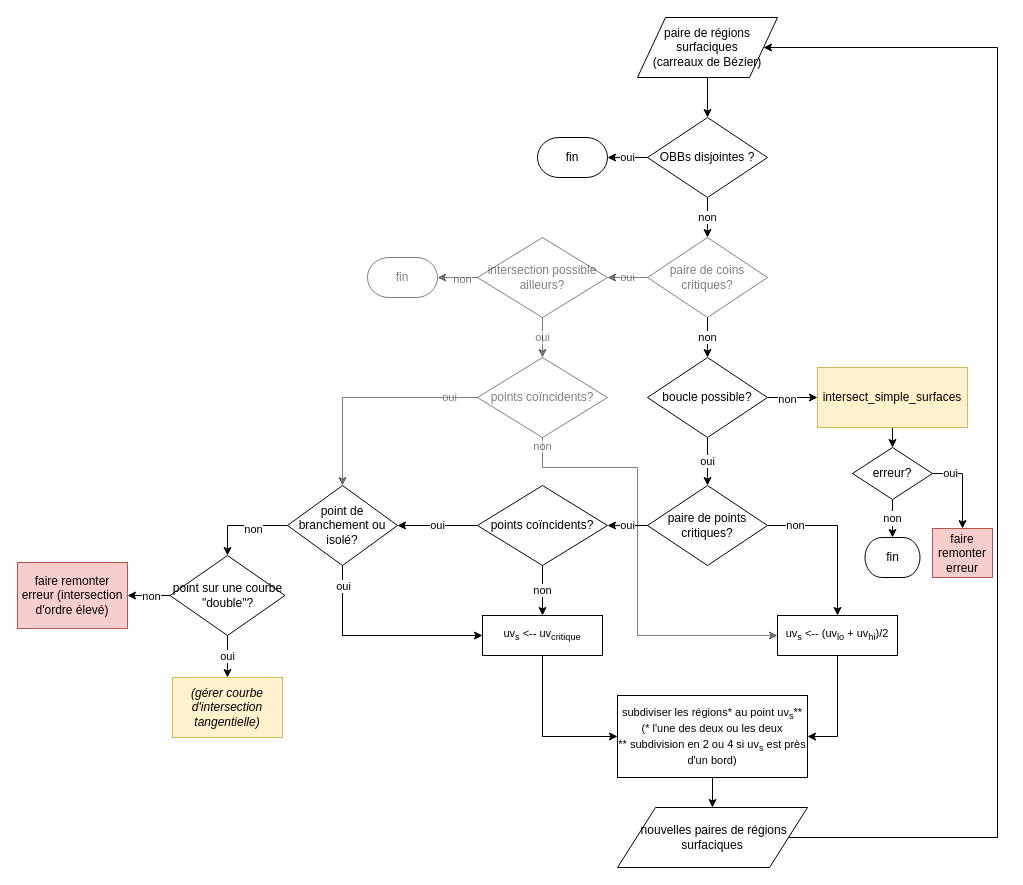
Before: page "intersect_surface_pair" (5 of 8) of mindmap.drawio in BastienAndrieu/These, a draw.io diagram. Source tidied: cells renumbered, new cells numbered last; positions are measured from the earlier drawing's top-left corner, leaving out a move shared by most shapes. Both pictures are drawn from the tidied source at 100%, with x=0, y=0 at pixel (17, 17).
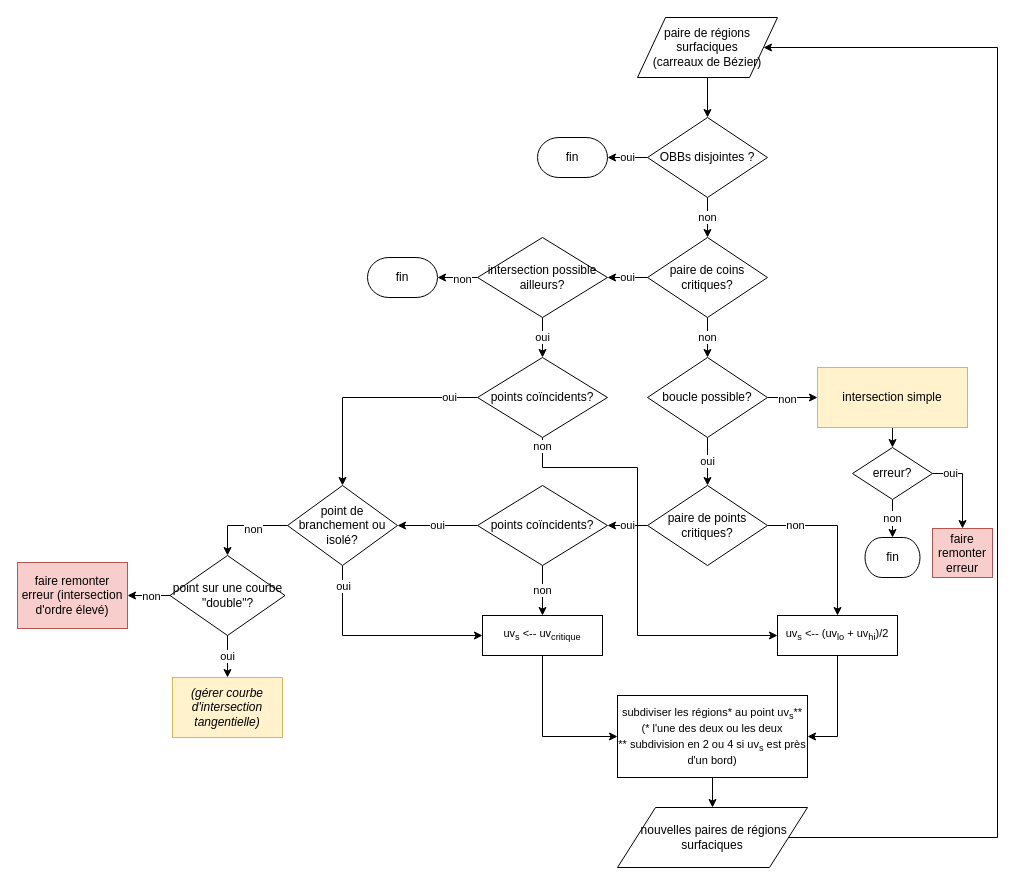
The same page after the edit.

Unchanged cells that the change refers to:
```xml
<mxCell id="24" value="uv&lt;sub&gt;s&lt;/sub&gt; &amp;lt;-- (uv&lt;sub&gt;lo&lt;/sub&gt; + uv&lt;sub&gt;hi&lt;/sub&gt;)/2" style="rounded=0;whiteSpace=wrap;html=1;strokeWidth=1;fontSize=11;align=center;" parent="1" vertex="1">
  <mxGeometry x="760" y="598" width="120" height="40" as="geometry" />
</mxCell>
<mxCell id="44" value="point de branchement ou isolé?" style="rhombus;whiteSpace=wrap;html=1;align=center;" parent="1" vertex="1">
  <mxGeometry x="270" y="468" width="110" height="80" as="geometry" />
</mxCell>
```

Diff of the diagram source:
```diff
@@
-    <mxCell id="8" value="oui" style="rounded=0;jettySize=auto;html=1;entryX=0.5;entryY=0;entryDx=0;entryDy=0;exitX=0.5;exitY=1;exitDx=0;exitDy=0;textOpacity=50;opacity=50;" parent="1" edge="1" source="34" target="38">
+    <mxCell id="8" value="oui" style="rounded=0;jettySize=auto;html=1;entryX=0.5;entryY=0;entryDx=0;entryDy=0;exitX=0.5;exitY=1;exitDx=0;exitDy=0;" parent="1" edge="1" source="34" target="38">
       <mxGeometry relative="1" as="geometry" />
     </mxCell>
@@
-    <mxCell id="10" value="paire de coins critiques?" style="rhombus;whiteSpace=wrap;html=1;align=center;opacity=50;textOpacity=50;" parent="1" vertex="1">
+    <mxCell id="10" value="paire de coins critiques?" style="rhombus;whiteSpace=wrap;html=1;align=center;" parent="1" vertex="1">
       <mxGeometry x="630" y="220" width="120" height="80" as="geometry" />
     </mxCell>
@@
-    <mxCell id="16" value="intersect_simple_surfaces" style="rounded=0;whiteSpace=wrap;html=1;fillColor=#fff2cc;strokeColor=#d6b656;" parent="1" vertex="1">
+    <mxCell id="16" value="intersection simple" style="rounded=0;whiteSpace=wrap;html=1;fillColor=#fff2cc;strokeColor=#d6b656;" parent="1" vertex="1">
       <mxGeometry x="800" y="350" width="150" height="60" as="geometry" />
     </mxCell>
@@
-    <mxCell id="32" style="edgeStyle=none;rounded=0;jettySize=auto;html=1;exitX=0;exitY=0.5;exitDx=0;exitDy=0;entryX=1;entryY=0.5;entryDx=0;entryDy=0;entryPerimeter=0;fontSize=11;textOpacity=50;opacity=50;" parent="1" edge="1" source="34" target="36">
+    <mxCell id="32" style="edgeStyle=none;rounded=0;jettySize=auto;html=1;exitX=0;exitY=0.5;exitDx=0;exitDy=0;entryX=1;entryY=0.5;entryDx=0;entryDy=0;entryPerimeter=0;fontSize=11;" parent="1" edge="1" source="34" target="36">
       <mxGeometry relative="1" as="geometry" />
     </mxCell>
-    <mxCell id="33" value="non" style="text;html=1;align=center;verticalAlign=middle;labelBackgroundColor=#ffffff;fontSize=11;textOpacity=50;" parent="32" vertex="1">
+    <mxCell id="33" value="non" style="text;html=1;align=center;verticalAlign=middle;labelBackgroundColor=#ffffff;fontSize=11;" parent="32" vertex="1">
       <mxGeometry x="-0.2" y="1" relative="1" as="geometry" />
     </mxCell>
-    <mxCell id="34" value="intersection possible ailleurs?" style="rhombus;whiteSpace=wrap;html=1;align=center;textOpacity=50;opacity=50;" parent="1" vertex="1">
+    <mxCell id="34" value="intersection possible ailleurs?" style="rhombus;whiteSpace=wrap;html=1;align=center;" parent="1" vertex="1">
       <mxGeometry x="460" y="220" width="130" height="80" as="geometry" />
     </mxCell>
-    <mxCell id="35" value="oui" style="rounded=0;jettySize=auto;html=1;exitX=0;exitY=0.5;exitDx=0;exitDy=0;entryX=1;entryY=0.5;entryDx=0;entryDy=0;textOpacity=50;opacity=50;" parent="1" edge="1" source="10" target="34">
+    <mxCell id="35" value="oui" style="rounded=0;jettySize=auto;html=1;exitX=0;exitY=0.5;exitDx=0;exitDy=0;entryX=1;entryY=0.5;entryDx=0;entryDy=0;" parent="1" edge="1" source="10" target="34">
       <mxGeometry relative="1" as="geometry" />
     </mxCell>
-    <mxCell id="36" value="fin" style="strokeWidth=1;html=1;shape=mxgraph.flowchart.terminator;whiteSpace=wrap;align=center;textOpacity=50;opacity=50;" parent="1" vertex="1">
+    <mxCell id="36" value="fin" style="strokeWidth=1;html=1;shape=mxgraph.flowchart.terminator;whiteSpace=wrap;align=center;" parent="1" vertex="1">
       <mxGeometry x="350" y="240" width="70" height="40" as="geometry" />
     </mxCell>
-    <mxCell id="37" value="non" style="edgeStyle=orthogonalEdgeStyle;rounded=0;jettySize=auto;html=1;exitX=0.5;exitY=1;exitDx=0;exitDy=0;entryX=0;entryY=0.5;entryDx=0;entryDy=0;fontSize=11;opacity=50;textOpacity=50;" parent="1" edge="1" source="38" target="24">
+    <mxCell id="37" value="non" style="edgeStyle=orthogonalEdgeStyle;rounded=0;jettySize=auto;html=1;exitX=0.5;exitY=1;exitDx=0;exitDy=0;entryX=0;entryY=0.5;entryDx=0;entryDy=0;fontSize=11;" parent="1" edge="1" source="38" target="24">
       <mxGeometry x="-0.96" relative="1" as="geometry">
         <Array as="points">
           <mxPoint x="525" y="450" />
           <mxPoint x="620" y="450" />
           <mxPoint x="620" y="618" />
         </Array>
       </mxGeometry>
     </mxCell>
-    <mxCell id="38" value="points coïncidents?" style="rhombus;whiteSpace=wrap;html=1;align=center;textOpacity=50;opacity=50;" parent="1" vertex="1">
+    <mxCell id="38" value="points coïncidents?" style="rhombus;whiteSpace=wrap;html=1;align=center;" parent="1" vertex="1">
       <mxGeometry x="460" y="340" width="130" height="80" as="geometry" />
     </mxCell>
-    <mxCell id="39" value="oui" style="rounded=0;jettySize=auto;html=1;exitX=0;exitY=0.5;exitDx=0;exitDy=0;entryX=0.5;entryY=0;entryDx=0;entryDy=0;edgeStyle=orthogonalEdgeStyle;textOpacity=50;opacity=50;" parent="1" edge="1" source="38" target="44">
+    <mxCell id="39" value="oui" style="rounded=0;jettySize=auto;html=1;exitX=0;exitY=0.5;exitDx=0;exitDy=0;entryX=0.5;entryY=0;entryDx=0;entryDy=0;edgeStyle=orthogonalEdgeStyle;" parent="1" edge="1" source="38" target="44">
       <mxGeometry x="-0.75" relative="1" as="geometry" />
     </mxCell>
```
